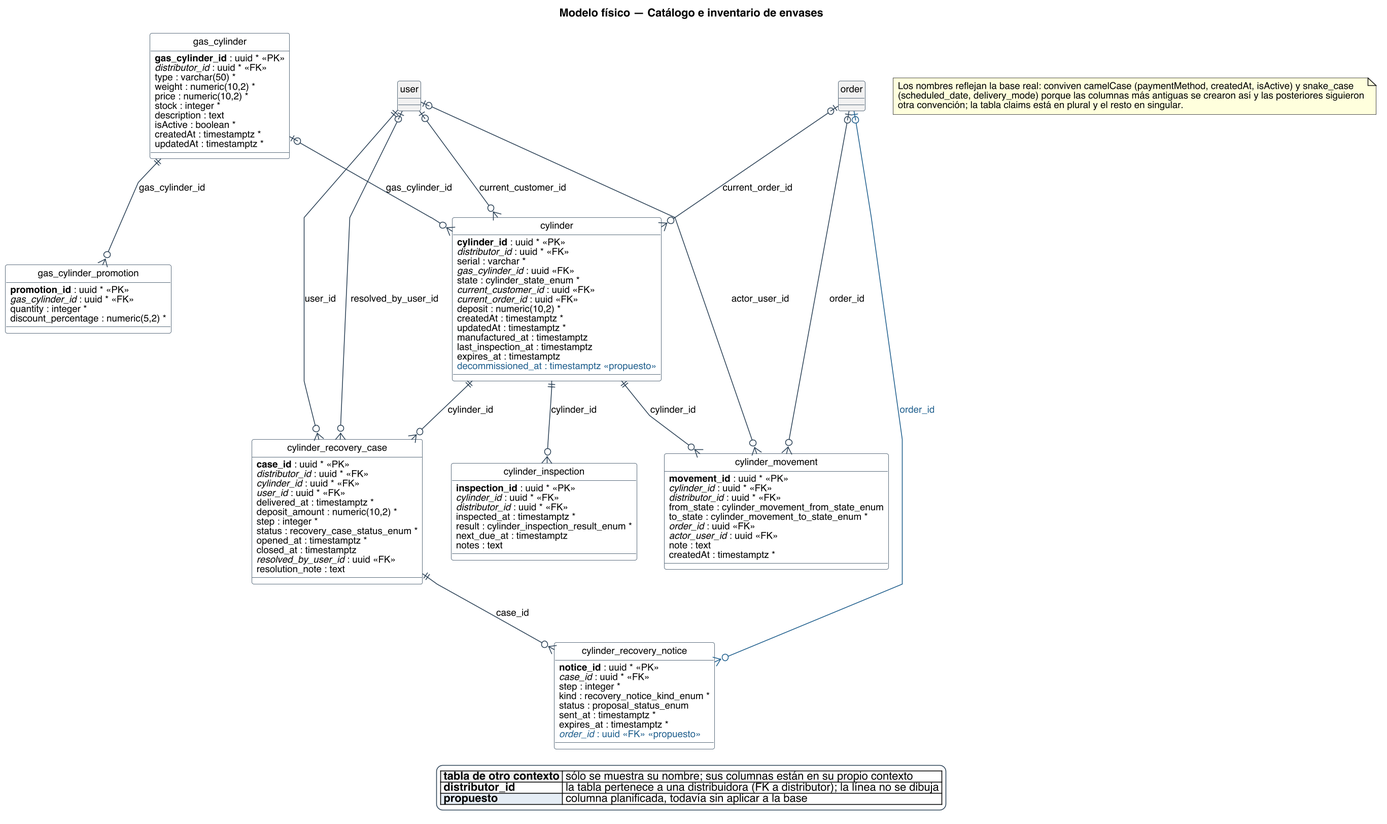
This is diagramas/base-de-datos/fisico/SPLG-fisico-03-catalogo-e-inventario-de-envases.png from Nahuelito-Dev/splg-docs, a PlantUML export, as it was before one commit. Source of this version:
```plantuml
@startuml
title Modelo físico — Catálogo e inventario de envases
skinparam backgroundColor #FFFFFF
skinparam shadowing false
skinparam defaultFontName Helvetica
skinparam defaultFontSize 12
skinparam dpi 150
skinparam class {
  BorderColor #2C4257
  BackgroundColor #FFFFFF
  ArrowColor #2C4257
  FontSize 12
}
skinparam entity<<ajena>> {
  BackgroundColor #F1F1F1
  BorderColor #8A97A3
  FontColor #55616C
}
skinparam class<<propuesto>> {
  BorderColor #1F5E8C
  BackgroundColor #E4EDF4
}
skinparam legendBackgroundColor #FFFFFF
skinparam legendBorderColor #2C4257

hide circle
skinparam linetype polyline

entity "gas_cylinder" as e_gas_cylinder {
  {field} **gas_cylinder_id** : uuid * <<PK>>
  {field} //distributor_id// : uuid * <<FK>>
  {field} type : varchar(50) *
  {field} weight : numeric(10,2) *
  {field} price : numeric(10,2) *
  {field} stock : integer *
  {field} description : text
  {field} isActive : boolean *
  {field} createdAt : timestamptz *
  {field} updatedAt : timestamptz *
}
entity "gas_cylinder_promotion" as e_gas_cylinder_promotion {
  {field} **promotion_id** : uuid * <<PK>>
  {field} //gas_cylinder_id// : uuid * <<FK>>
  {field} quantity : integer *
  {field} discount_percentage : numeric(5,2) *
}
entity "cylinder" as e_cylinder {
  {field} **cylinder_id** : uuid * <<PK>>
  {field} //distributor_id// : uuid * <<FK>>
  {field} serial : varchar *
  {field} //gas_cylinder_id// : uuid <<FK>>
  {field} state : cylinder_state_enum *
  {field} //current_customer_id// : uuid <<FK>>
  {field} //current_order_id// : uuid <<FK>>
  {field} deposit : numeric(10,2) *
  {field} createdAt : timestamptz *
  {field} updatedAt : timestamptz *
  {field} manufactured_at : timestamptz
  {field} last_inspection_at : timestamptz
  {field} expires_at : timestamptz
  {field} <color:#1F5E8C>decommissioned_at : timestamptz <<propuesto>></color>
}
entity "cylinder_inspection" as e_cylinder_inspection {
  {field} **inspection_id** : uuid * <<PK>>
  {field} //cylinder_id// : uuid * <<FK>>
  {field} //distributor_id// : uuid * <<FK>>
  {field} inspected_at : timestamptz *
  {field} result : cylinder_inspection_result_enum *
  {field} next_due_at : timestamptz
  {field} notes : text
}
entity "cylinder_movement" as e_cylinder_movement {
  {field} **movement_id** : uuid * <<PK>>
  {field} //cylinder_id// : uuid * <<FK>>
  {field} //distributor_id// : uuid * <<FK>>
  {field} from_state : cylinder_movement_from_state_enum
  {field} to_state : cylinder_movement_to_state_enum *
  {field} //order_id// : uuid <<FK>>
  {field} //actor_user_id// : uuid <<FK>>
  {field} note : text
  {field} createdAt : timestamptz *
}
entity "cylinder_recovery_case" as e_cylinder_recovery_case {
  {field} **case_id** : uuid * <<PK>>
  {field} //distributor_id// : uuid * <<FK>>
  {field} //cylinder_id// : uuid * <<FK>>
  {field} //user_id// : uuid * <<FK>>
  {field} delivered_at : timestamptz *
  {field} deposit_amount : numeric(10,2) *
  {field} step : integer *
  {field} status : recovery_case_status_enum *
  {field} opened_at : timestamptz *
  {field} closed_at : timestamptz
  {field} //resolved_by_user_id// : uuid <<FK>>
  {field} resolution_note : text
}
entity "cylinder_recovery_notice" as e_cylinder_recovery_notice {
  {field} **notice_id** : uuid * <<PK>>
  {field} //case_id// : uuid * <<FK>>
  {field} step : integer *
  {field} kind : recovery_notice_kind_enum *
  {field} status : proposal_status_enum
  {field} sent_at : timestamptz *
  {field} expires_at : timestamptz *
  {field} <color:#1F5E8C>//order_id// : uuid <<FK>> <<propuesto>></color>
}
entity "user" as e_user #F1F1F1 {
}
entity "order" as e_order #F1F1F1 {
}

e_gas_cylinder ||--o{ e_gas_cylinder_promotion : gas_cylinder_id
e_user |o--o{ e_cylinder : current_customer_id
e_order |o--o{ e_cylinder : current_order_id
e_gas_cylinder |o--o{ e_cylinder : gas_cylinder_id
e_cylinder ||--o{ e_cylinder_inspection : cylinder_id
e_user |o--o{ e_cylinder_movement : actor_user_id
e_cylinder ||--o{ e_cylinder_movement : cylinder_id
e_order |o--o{ e_cylinder_movement : order_id
e_cylinder ||--o{ e_cylinder_recovery_case : cylinder_id
e_user |o--o{ e_cylinder_recovery_case : resolved_by_user_id
e_user ||--o{ e_cylinder_recovery_case : user_id
e_cylinder_recovery_case ||--o{ e_cylinder_recovery_notice : case_id
e_order |o--o{ e_cylinder_recovery_notice #line:1F5E8C;text:1F5E8C : order_id

legend bottom
|<#F1F1F1> **tabla de otro contexto** | sólo se muestra su nombre; sus columnas están en su propio contexto |
|<#FFFFFF> **distributor_id** | la tabla pertenece a una distribuidora (FK a distributor); la línea no se dibuja |
|<#E4EDF4> **propuesto** | columna planificada, todavía sin aplicar a la base |
endlegend
note as N
  Los nombres reflejan la base real: conviven camelCase (paymentMethod, createdAt, isActive) y snake_case
  (scheduled_date, delivery_mode) porque las columnas más antiguas se crearon así y las posteriores siguieron
  otra convención; la tabla claims está en plural y el resto en singular.
end note
@enduml
```
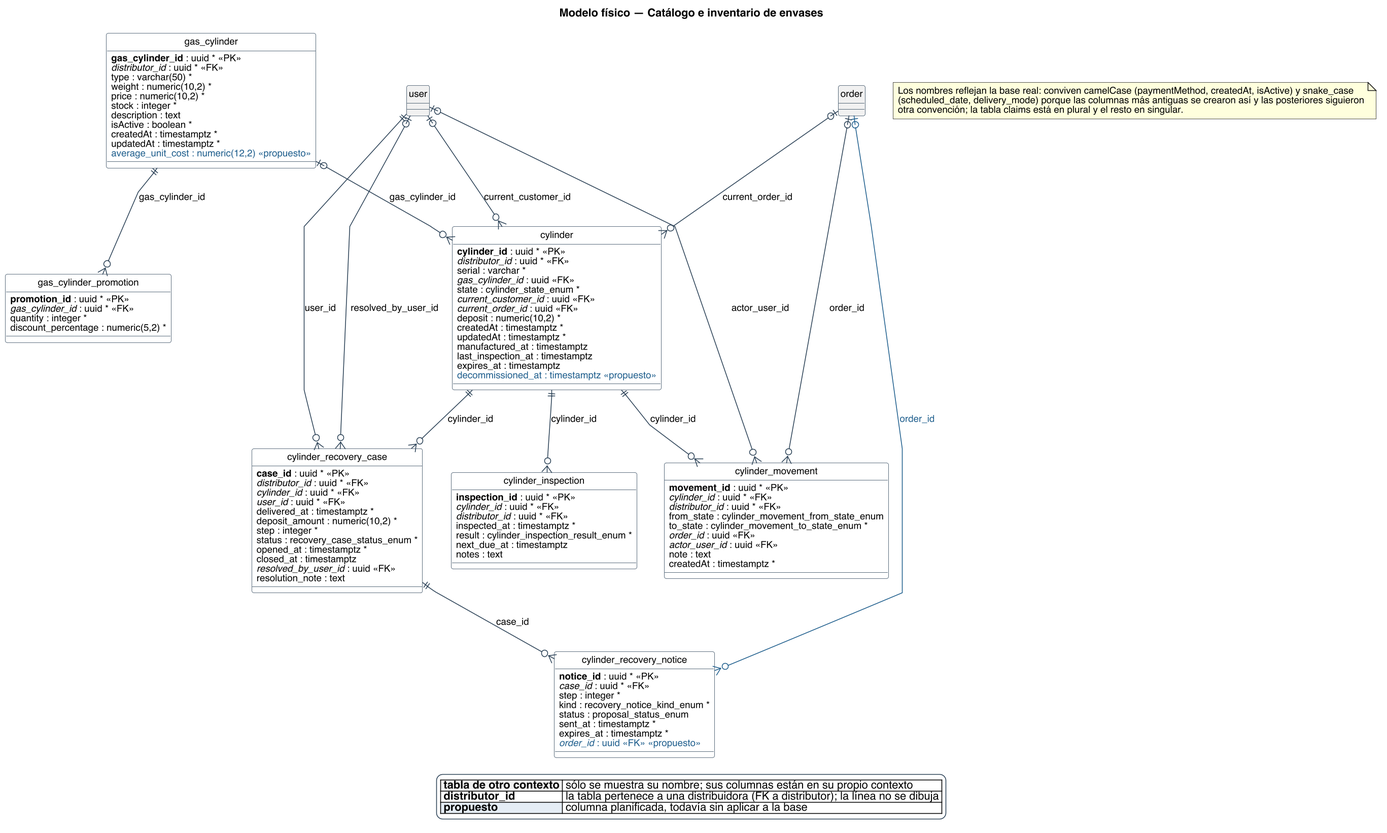
After the change.

The edit, as a diff of the source:
```diff
@@ -20,6 +20,10 @@
   BorderColor #1F5E8C
   BackgroundColor #E4EDF4
 }
+skinparam entity<<propuesto>> {
+  BorderColor #1F5E8C
+  BackgroundColor #E4EDF4
+}
 skinparam legendBackgroundColor #FFFFFF
 skinparam legendBorderColor #2C4257
 
@@ -37,6 +41,7 @@
   {field} isActive : boolean *
   {field} createdAt : timestamptz *
   {field} updatedAt : timestamptz *
+  {field} <color:#1F5E8C>average_unit_cost : numeric(12,2) <<propuesto>></color>
 }
 entity "gas_cylinder_promotion" as e_gas_cylinder_promotion {
   {field} **promotion_id** : uuid * <<PK>>
```
